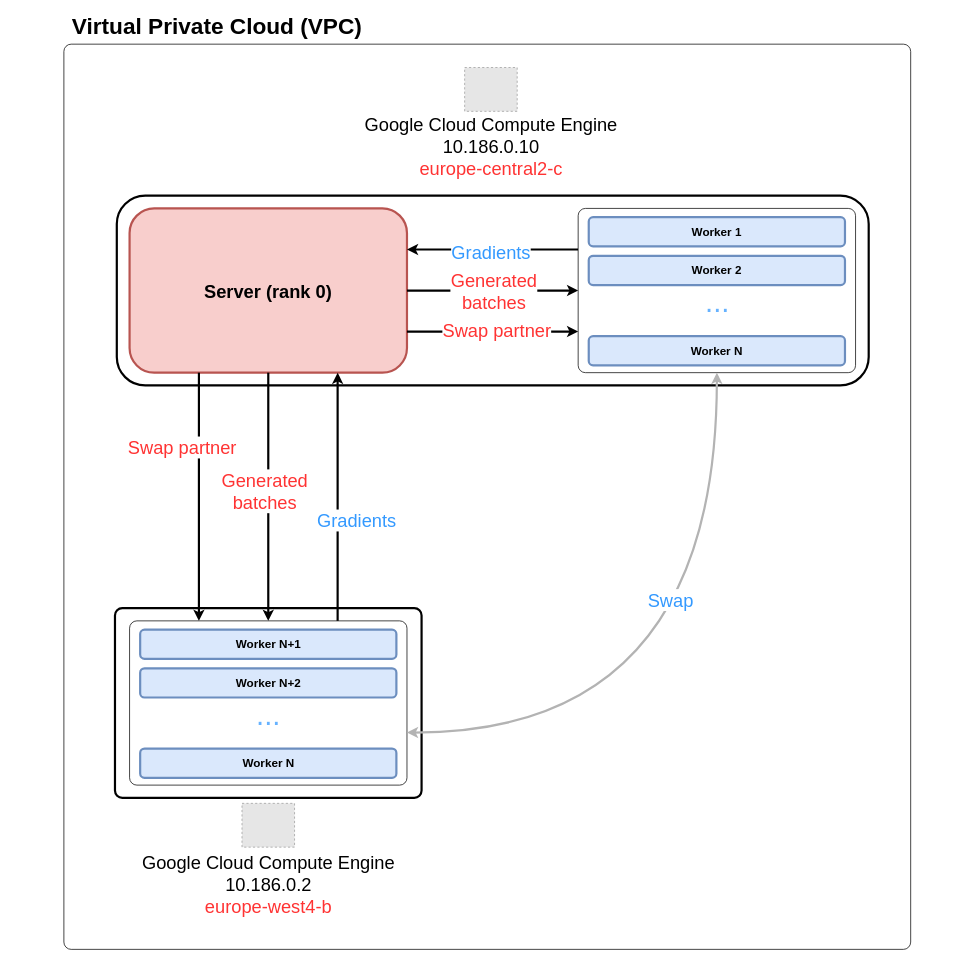
Earlier version of the draw.io diagram report/images/architecture.drawio (owengombas/distributed-gan). Source tidied: cells renumbered, new cells numbered last; positions are measured from the earlier drawing's top-left corner, leaving out a move shared by most shapes. Both pictures are drawn from the tidied source at 73%, with x=0, y=0 at pixel (64, 15). Pictures stored in the file or linked from it are replaced by grey dashed boxes.
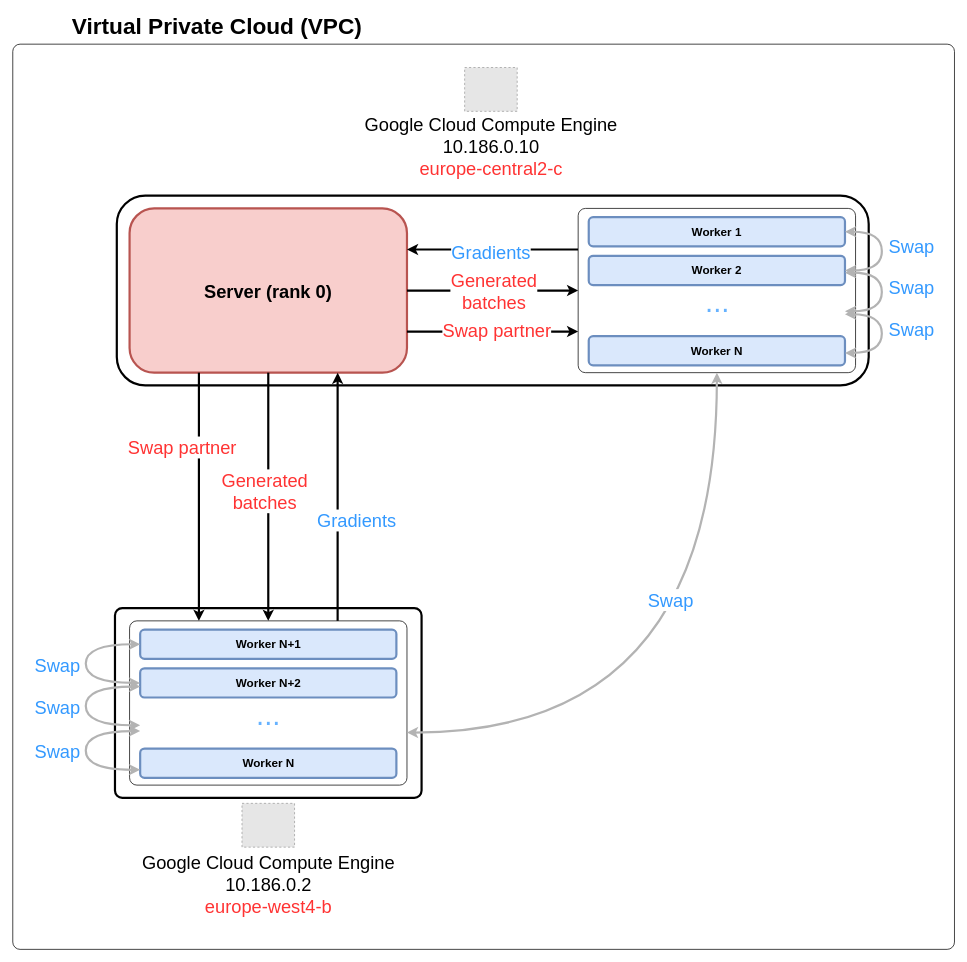
The same diagram, later.

Unchanged cells that the change refers to:
```xml
<mxCell id="19" style="group;" parent="11" vertex="1">
  <mxGeometry x="614.5" width="380" height="225" as="geometry" />
</mxCell>
<mxCell id="21" value="&lt;b&gt;Worker 1&lt;/b&gt;" style="rounded=1;whiteSpace=wrap;html=1;strokeWidth=3;fillColor=#dae8fc;strokeColor=#6c8ebf;fontSize=16;" parent="19" vertex="1">
  <mxGeometry x="14.5" y="12" width="351" height="40" as="geometry" />
</mxCell>
<mxCell id="22" value="&lt;b style=&quot;border-color: var(--border-color);&quot;&gt;Worker 2&lt;/b&gt;" style="rounded=1;whiteSpace=wrap;html=1;strokeWidth=3;fillColor=#dae8fc;strokeColor=#6c8ebf;fontSize=16;" parent="19" vertex="1">
  <mxGeometry x="14.5" y="65" width="351" height="40" as="geometry" />
</mxCell>
<mxCell id="25" style="group;" parent="1" vertex="1">
  <mxGeometry x="90" y="830" width="380" height="225" as="geometry" />
</mxCell>
<mxCell id="27" value="&lt;b&gt;Worker N+1&lt;/b&gt;" style="rounded=1;whiteSpace=wrap;html=1;strokeWidth=3;fillColor=#dae8fc;strokeColor=#6c8ebf;fontSize=16;" parent="25" vertex="1">
  <mxGeometry x="14.5" y="12" width="351" height="40" as="geometry" />
</mxCell>
<mxCell id="28" value="&lt;b style=&quot;border-color: var(--border-color);&quot;&gt;Worker N+2&lt;/b&gt;" style="rounded=1;whiteSpace=wrap;html=1;strokeWidth=3;fillColor=#dae8fc;strokeColor=#6c8ebf;fontSize=16;" parent="25" vertex="1">
  <mxGeometry x="14.5" y="65" width="351" height="40" as="geometry" />
</mxCell>
```

Diff of the diagram source:
```diff
@@
     <mxCell id="2" style="rounded=1;whiteSpace=wrap;html=1;fontSize=21;fontColor=#FF3333;imageAspect=1;absoluteArcSize=1;" parent="1" vertex="1">
-      <mxGeometry y="40" width="1160" height="1240" as="geometry" />
+      <mxGeometry x="-70" y="40" width="1290" height="1240" as="geometry" />
     </mxCell>
@@
+    <mxCell id="41" style="edgeStyle=orthogonalEdgeStyle;html=1;fontSize=16;fontColor=#FF0000;startArrow=classic;startFill=1;strokeWidth=3;strokeColor=#B3B3B3;exitX=1;exitY=0.5;exitDx=0;exitDy=0;curved=1;entryX=1;entryY=0.5;entryDx=0;entryDy=0;" parent="19" edge="1" source="21" target="22">
+      <mxGeometry relative="1" as="geometry">
+        <Array as="points">
+          <mxPoint x="416" y="32" />
+          <mxPoint x="416" y="85" />
+        </Array>
+      </mxGeometry>
+    </mxCell>
+    <mxCell id="42" value="Swap" style="edgeLabel;html=1;align=center;verticalAlign=middle;fontSize=25;fontColor=#3399FF;" parent="41" vertex="1">
+      <mxGeometry x="0.18" y="-2" relative="1" as="geometry">
+        <mxPoint x="42" y="-21" as="offset" />
+      </mxGeometry>
+    </mxCell>
@@
+    <mxCell id="43" style="edgeStyle=orthogonalEdgeStyle;html=1;fontSize=16;fontColor=#FF0000;startArrow=classic;startFill=1;strokeWidth=3;strokeColor=#B3B3B3;exitX=0;exitY=0.5;exitDx=0;exitDy=0;curved=1;entryX=0;entryY=0.5;entryDx=0;entryDy=0;" parent="25" edge="1" source="27" target="28">
+      <mxGeometry relative="1" as="geometry">
+        <Array as="points">
+          <mxPoint x="-60" y="32" />
+          <mxPoint x="-60" y="85" />
+        </Array>
+      </mxGeometry>
+    </mxCell>
+    <mxCell id="44" value="Swap" style="edgeLabel;html=1;align=center;verticalAlign=middle;fontSize=25;fontColor=#3399FF;" parent="43" vertex="1">
+      <mxGeometry x="0.18" y="-2" relative="1" as="geometry">
+        <mxPoint x="-38" y="-17" as="offset" />
+      </mxGeometry>
+    </mxCell>
@@
+    <mxCell id="45" style="edgeStyle=orthogonalEdgeStyle;html=1;fontSize=16;fontColor=#FF0000;startArrow=classic;startFill=1;strokeWidth=3;strokeColor=#B3B3B3;exitX=0;exitY=0.5;exitDx=0;exitDy=0;curved=1;entryX=0;entryY=0.5;entryDx=0;entryDy=0;" parent="1" edge="1">
+      <mxGeometry relative="1" as="geometry">
+        <mxPoint x="104.5" y="920" as="sourcePoint" />
+        <mxPoint x="104.5" y="973" as="targetPoint" />
+        <Array as="points">
+          <mxPoint x="30" y="920" />
+          <mxPoint x="30" y="973" />
+        </Array>
+      </mxGeometry>
+    </mxCell>
+    <mxCell id="46" value="Swap" style="edgeLabel;html=1;align=center;verticalAlign=middle;fontSize=25;fontColor=#3399FF;" parent="45" vertex="1">
+      <mxGeometry x="0.18" y="-2" relative="1" as="geometry">
+        <mxPoint x="-38" y="-17" as="offset" />
+      </mxGeometry>
+    </mxCell>
+    <mxCell id="47" style="edgeStyle=orthogonalEdgeStyle;html=1;fontSize=16;fontColor=#FF0000;startArrow=classic;startFill=1;strokeWidth=3;strokeColor=#B3B3B3;exitX=0;exitY=0.5;exitDx=0;exitDy=0;curved=1;entryX=0;entryY=0.5;entryDx=0;entryDy=0;" parent="1" edge="1">
+      <mxGeometry relative="1" as="geometry">
+        <mxPoint x="104.5" y="981" as="sourcePoint" />
+        <mxPoint x="104.5" y="1034" as="targetPoint" />
+        <Array as="points">
+          <mxPoint x="30" y="981" />
+          <mxPoint x="30" y="1034" />
+        </Array>
+      </mxGeometry>
+    </mxCell>
+    <mxCell id="48" value="Swap" style="edgeLabel;html=1;align=center;verticalAlign=middle;fontSize=25;fontColor=#3399FF;" parent="47" vertex="1">
+      <mxGeometry x="0.18" y="-2" relative="1" as="geometry">
+        <mxPoint x="-38" y="-17" as="offset" />
+      </mxGeometry>
+    </mxCell>
+    <mxCell id="49" style="edgeStyle=orthogonalEdgeStyle;html=1;fontSize=16;fontColor=#FF0000;startArrow=classic;startFill=1;strokeWidth=3;strokeColor=#B3B3B3;exitX=1;exitY=0.5;exitDx=0;exitDy=0;curved=1;entryX=1;entryY=0.5;entryDx=0;entryDy=0;" parent="1" edge="1">
+      <mxGeometry relative="1" as="geometry">
+        <mxPoint x="1070" y="353" as="sourcePoint" />
+        <mxPoint x="1070" y="406" as="targetPoint" />
+        <Array as="points">
+          <mxPoint x="1120.5" y="353" />
+          <mxPoint x="1120.5" y="406" />
+        </Array>
+      </mxGeometry>
+    </mxCell>
+    <mxCell id="50" value="Swap" style="edgeLabel;html=1;align=center;verticalAlign=middle;fontSize=25;fontColor=#3399FF;" parent="49" vertex="1">
+      <mxGeometry x="0.18" y="-2" relative="1" as="geometry">
+        <mxPoint x="42" y="-21" as="offset" />
+      </mxGeometry>
+    </mxCell>
+    <mxCell id="51" style="edgeStyle=orthogonalEdgeStyle;html=1;fontSize=16;fontColor=#FF0000;startArrow=classic;startFill=1;strokeWidth=3;strokeColor=#B3B3B3;exitX=1;exitY=0.5;exitDx=0;exitDy=0;curved=1;entryX=1;entryY=0.5;entryDx=0;entryDy=0;" parent="1" edge="1">
+      <mxGeometry relative="1" as="geometry">
+        <mxPoint x="1070" y="410" as="sourcePoint" />
+        <mxPoint x="1070" y="463" as="targetPoint" />
+        <Array as="points">
+          <mxPoint x="1120.5" y="410" />
+          <mxPoint x="1120.5" y="463" />
+        </Array>
+      </mxGeometry>
+    </mxCell>
+    <mxCell id="52" value="Swap" style="edgeLabel;html=1;align=center;verticalAlign=middle;fontSize=25;fontColor=#3399FF;" parent="51" vertex="1">
+      <mxGeometry x="0.18" y="-2" relative="1" as="geometry">
+        <mxPoint x="42" y="-21" as="offset" />
+      </mxGeometry>
+    </mxCell>
```
